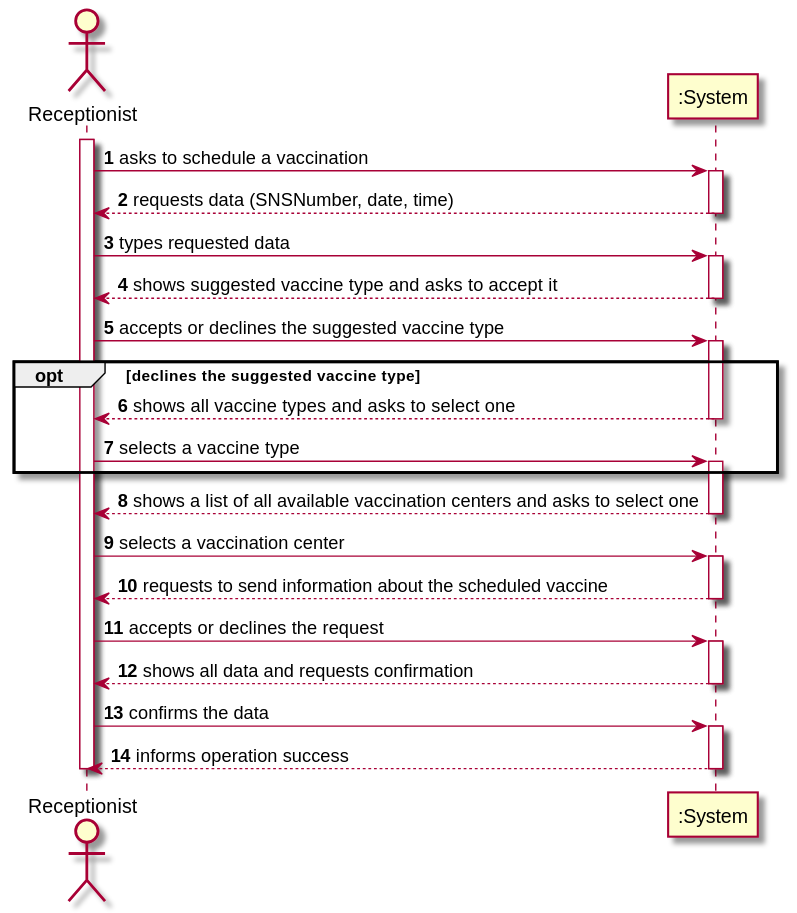
Above: docs/SprintC/US02/SSD/US02_SSD.svg in miseEnPlace-i/lapr2 (PlantUML), before the change.
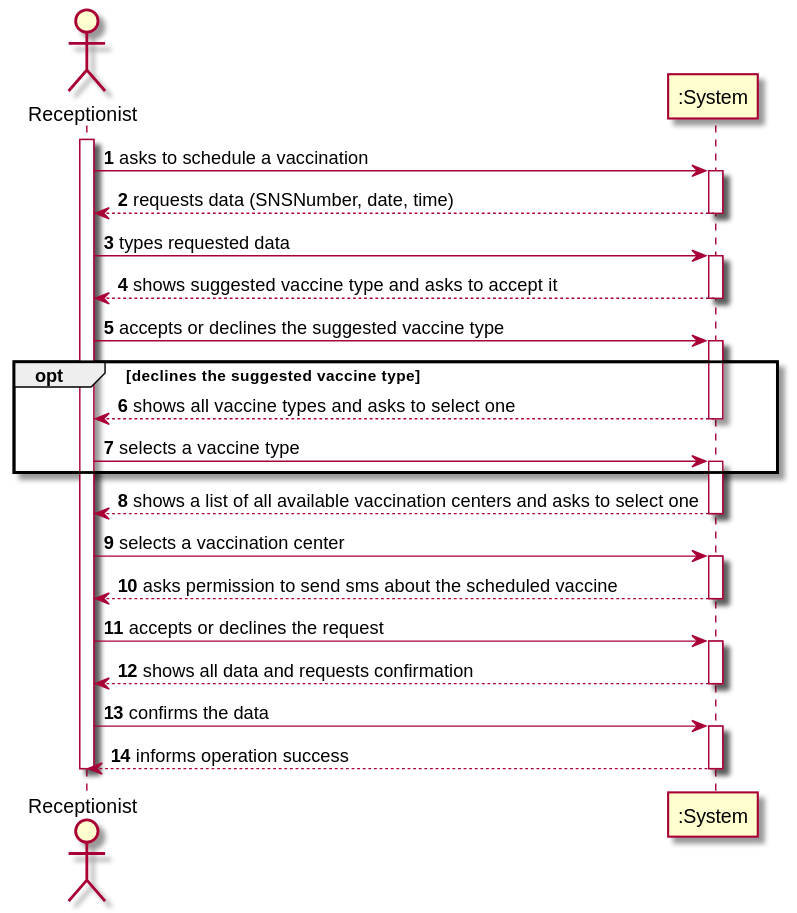
The same diagram one commit later.

Commit message:
docs(US02): updated SSD action message

What changed in the source:
```diff
@@ -27,7 +27,7 @@
 Recept -> ":System" : selects a vaccination center
 activate ":System"
 
-":System" --> Recept : requests to send information about the scheduled vaccine
+":System" --> Recept : asks permission to send sms about the scheduled vaccine
 deactivate ":System"
 Recept -> ":System" : accepts or declines the request
 activate ":System"
```
